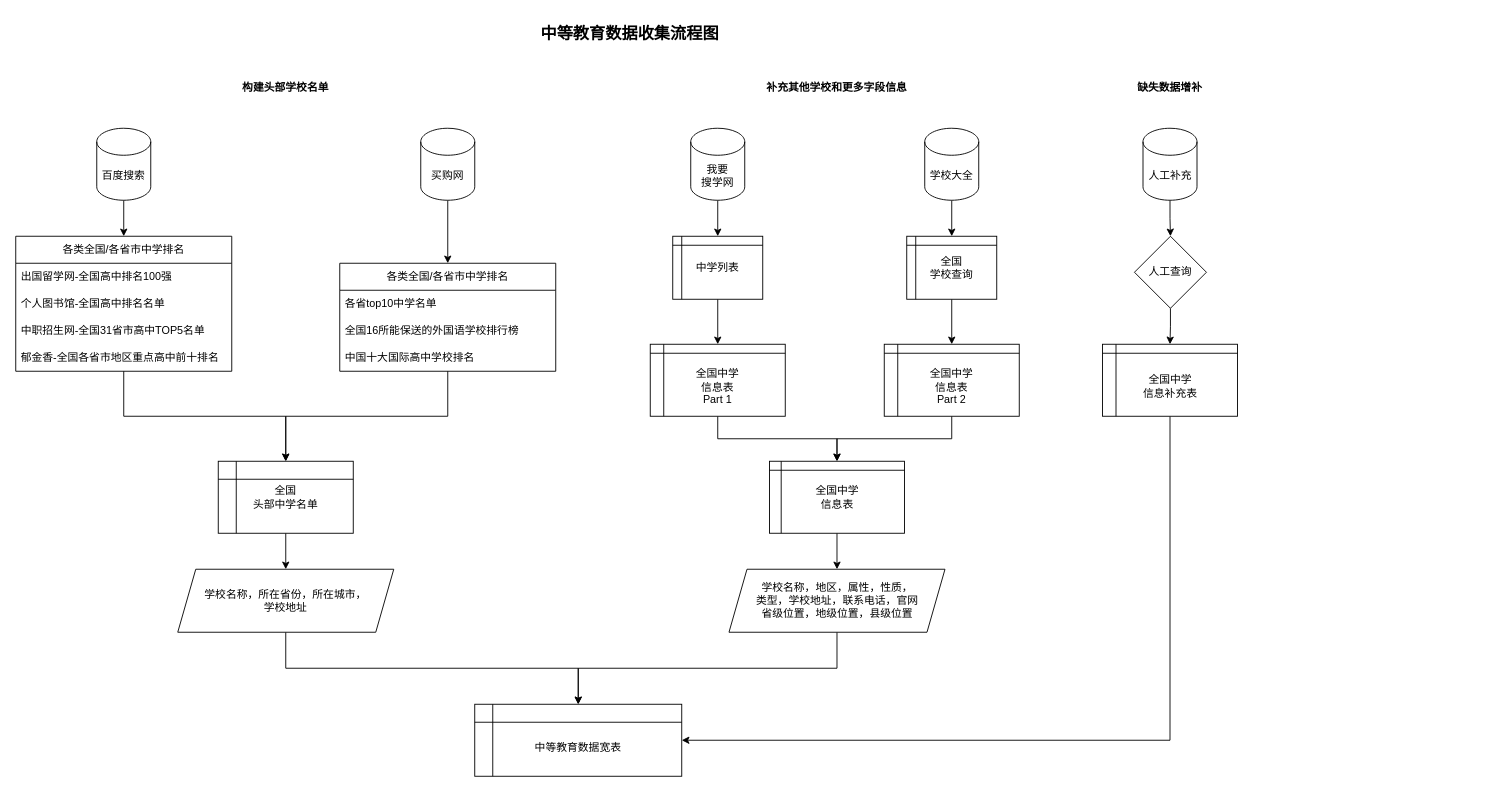
Above: 数据收集-中等教育/02-数据收集流程/中等教育数据收集流程.drawio in DaoSword/China-Education-Data (draw.io), before the change. Source tidied: cells renumbered, new cells numbered last; positions are measured from the earlier drawing's top-left corner, leaving out a move shared by most shapes. Both pictures are drawn from the tidied source at 90%, with x=0, y=0 at pixel (15, 15).
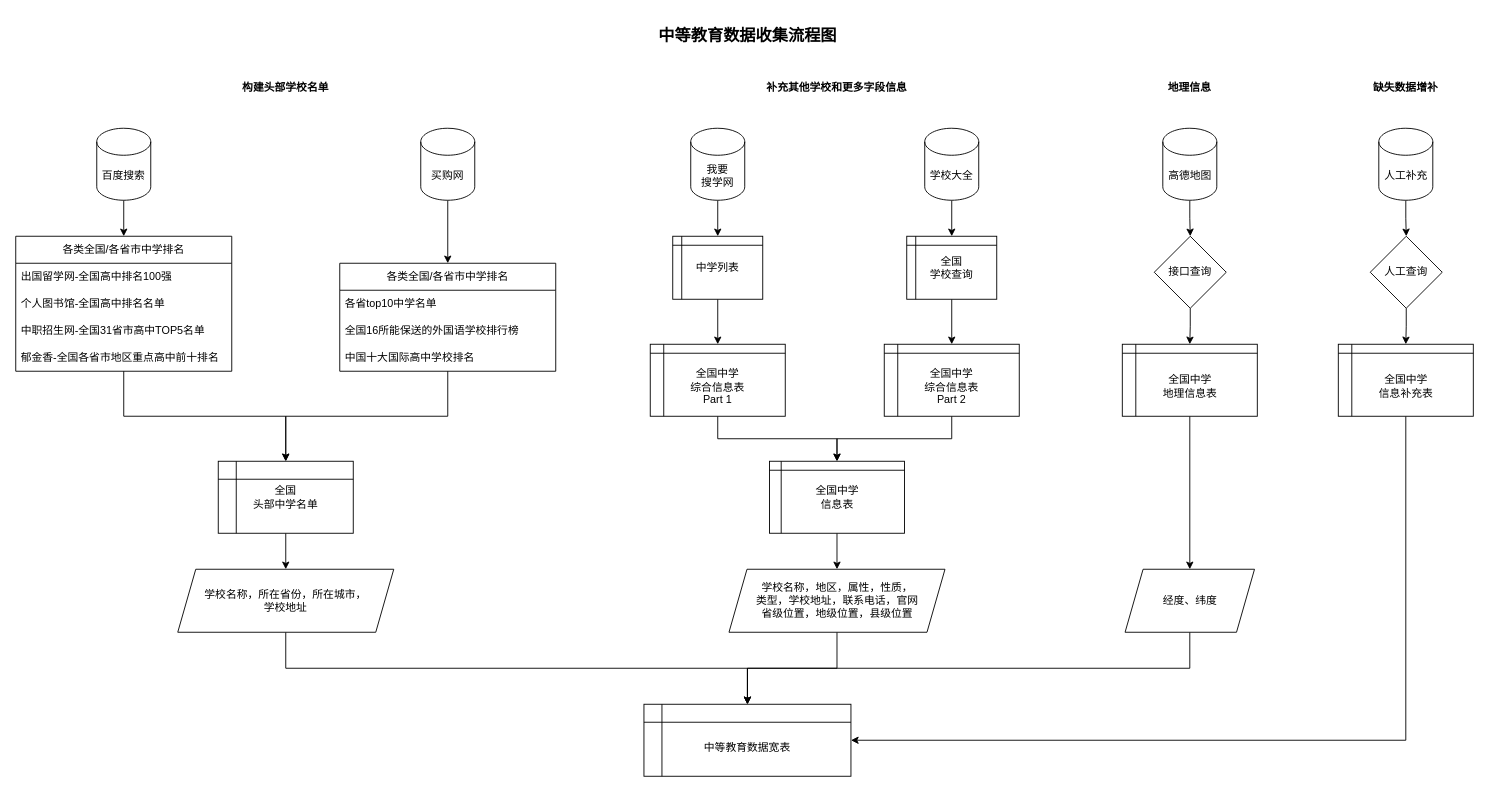
The same diagram, later.

Change to the diagram source:
```diff
@@
-    <mxCell id="27" value="&lt;br&gt;全国中学&lt;br&gt;信息表&lt;br&gt;Part 1" style="shape=internalStorage;whiteSpace=wrap;html=1;backgroundOutline=1;dx=15;dy=10;" parent="1" vertex="1">
+    <mxCell id="27" value="&lt;br&gt;全国中学&lt;br&gt;综合信息表&lt;br&gt;Part 1" style="shape=internalStorage;whiteSpace=wrap;html=1;backgroundOutline=1;dx=15;dy=10;" parent="1" vertex="1">
       <mxGeometry x="705" y="365" width="150" height="80" as="geometry" />
     </mxCell>
@@
-    <mxCell id="33" value="&lt;br&gt;全国中学&lt;br&gt;信息表&lt;br&gt;Part 2" style="shape=internalStorage;whiteSpace=wrap;html=1;backgroundOutline=1;dx=15;dy=10;" parent="1" vertex="1">
+    <mxCell id="33" value="&lt;br&gt;全国中学&lt;br&gt;综合信息表&lt;br&gt;Part 2" style="shape=internalStorage;whiteSpace=wrap;html=1;backgroundOutline=1;dx=15;dy=10;" parent="1" vertex="1">
       <mxGeometry x="965" y="365" width="150" height="80" as="geometry" />
     </mxCell>
@@
     <mxCell id="39" value="&lt;b&gt;缺失数据增补&lt;/b&gt;" style="text;html=1;strokeColor=none;fillColor=none;align=center;verticalAlign=middle;whiteSpace=wrap;rounded=0;" parent="1" vertex="1">
-      <mxGeometry x="1200" y="65" width="165" height="30" as="geometry" />
+      <mxGeometry x="1462" y="65" width="165" height="30" as="geometry" />
     </mxCell>
@@
     <mxCell id="41" value="人工补充" style="shape=cylinder3;whiteSpace=wrap;html=1;boundedLbl=1;backgroundOutline=1;size=15;" parent="1" vertex="1">
-      <mxGeometry x="1252.5" y="125" width="60" height="80" as="geometry" />
+      <mxGeometry x="1514.5" y="125" width="60" height="80" as="geometry" />
     </mxCell>
@@
     <mxCell id="43" value="人工查询" style="rhombus;whiteSpace=wrap;html=1;" parent="1" vertex="1">
-      <mxGeometry x="1243" y="245" width="80" height="80" as="geometry" />
+      <mxGeometry x="1505" y="245" width="80" height="80" as="geometry" />
     </mxCell>
@@
     <mxCell id="45" value="&lt;br&gt;全国中学&lt;br&gt;信息补充表" style="shape=internalStorage;whiteSpace=wrap;html=1;backgroundOutline=1;dx=15;dy=10;" parent="1" vertex="1">
-      <mxGeometry x="1207.5" y="365" width="150" height="80" as="geometry" />
+      <mxGeometry x="1469.5" y="365" width="150" height="80" as="geometry" />
     </mxCell>
     <mxCell id="46" value="&lt;br&gt;中等教育数据宽表" style="shape=internalStorage;whiteSpace=wrap;html=1;backgroundOutline=1;" parent="1" vertex="1">
-      <mxGeometry x="510" y="765" width="230" height="80" as="geometry" />
+      <mxGeometry x="698" y="765" width="230" height="80" as="geometry" />
     </mxCell>
     <mxCell id="47" value="&lt;font style=&quot;font-size: 18px;&quot;&gt;&lt;b&gt;中等教育数据收集流程图&lt;/b&gt;&lt;/font&gt;" style="text;html=1;align=center;verticalAlign=middle;strokeColor=none;fillColor=none;" parent="1" vertex="1">
-      <mxGeometry x="572" width="220" height="40" as="geometry" />
+      <mxGeometry x="703" y="3" width="220" height="40" as="geometry" />
     </mxCell>
+    <mxCell id="48" value="&lt;b&gt;地理信息&lt;/b&gt;" style="text;html=1;strokeColor=none;fillColor=none;align=center;verticalAlign=middle;whiteSpace=wrap;rounded=0;" parent="1" vertex="1">
+      <mxGeometry x="1222" y="65" width="165" height="30" as="geometry" />
+    </mxCell>
+    <mxCell id="49" style="edgeStyle=orthogonalEdgeStyle;rounded=0;jettySize=auto;html=1;exitX=0.5;exitY=1;exitDx=0;exitDy=0;exitPerimeter=0;" parent="1" edge="1" source="50" target="52">
+      <mxGeometry relative="1" as="geometry" />
+    </mxCell>
+    <mxCell id="50" value="高德地图" style="shape=cylinder3;whiteSpace=wrap;html=1;boundedLbl=1;backgroundOutline=1;size=15;" parent="1" vertex="1">
+      <mxGeometry x="1274.5" y="125" width="60" height="80" as="geometry" />
+    </mxCell>
+    <mxCell id="51" style="edgeStyle=orthogonalEdgeStyle;rounded=0;jettySize=auto;html=1;exitX=0.5;exitY=1;exitDx=0;exitDy=0;entryX=0.5;entryY=0;entryDx=0;entryDy=0;" parent="1" edge="1" source="52" target="54">
+      <mxGeometry relative="1" as="geometry" />
+    </mxCell>
+    <mxCell id="52" value="接口查询" style="rhombus;whiteSpace=wrap;html=1;" parent="1" vertex="1">
+      <mxGeometry x="1265" y="245" width="80" height="80" as="geometry" />
+    </mxCell>
+    <mxCell id="53" style="edgeStyle=orthogonalEdgeStyle;rounded=0;jettySize=auto;html=1;exitX=0.5;exitY=1;exitDx=0;exitDy=0;" parent="1" edge="1" source="54" target="56">
+      <mxGeometry relative="1" as="geometry" />
+    </mxCell>
+    <mxCell id="54" value="&lt;br&gt;全国中学&lt;br&gt;地理信息表" style="shape=internalStorage;whiteSpace=wrap;html=1;backgroundOutline=1;dx=15;dy=10;" parent="1" vertex="1">
+      <mxGeometry x="1229.5" y="365" width="150" height="80" as="geometry" />
+    </mxCell>
+    <mxCell id="55" style="edgeStyle=orthogonalEdgeStyle;rounded=0;jettySize=auto;html=1;exitX=0.5;exitY=1;exitDx=0;exitDy=0;" parent="1" edge="1" source="56" target="46">
+      <mxGeometry relative="1" as="geometry" />
+    </mxCell>
+    <mxCell id="56" value="经度、纬度" style="shape=parallelogram;perimeter=parallelogramPerimeter;whiteSpace=wrap;html=1;fixedSize=1;" parent="1" vertex="1">
+      <mxGeometry x="1232.6" y="615" width="143.8" height="70" as="geometry" />
+    </mxCell>
```
